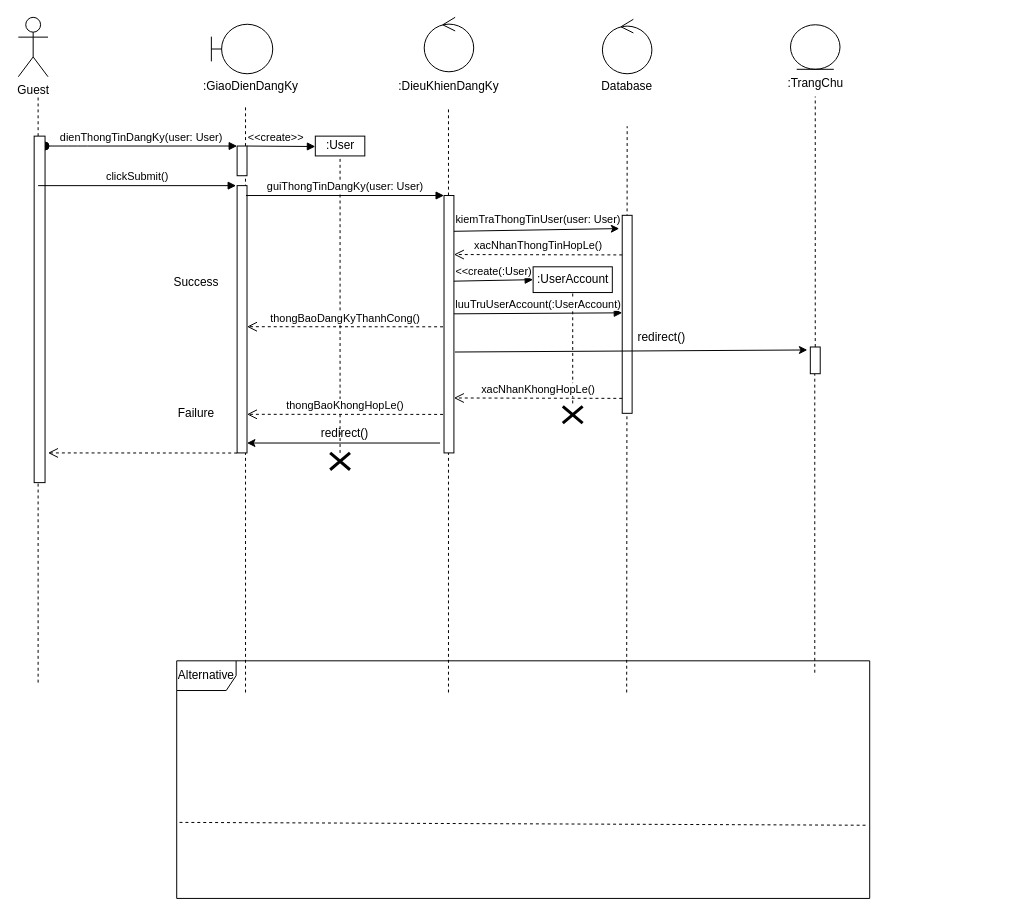
Earlier version of the draw.io diagram signUpSequenceDiagram.drawio (hoangminh15/PTTKHT). Source tidied: cells renumbered, new cells numbered last; positions are measured from the earlier drawing's top-left corner, leaving out a move shared by most shapes. Both pictures are drawn from the tidied source at 99%, with x=0, y=0 at pixel (18, 17).
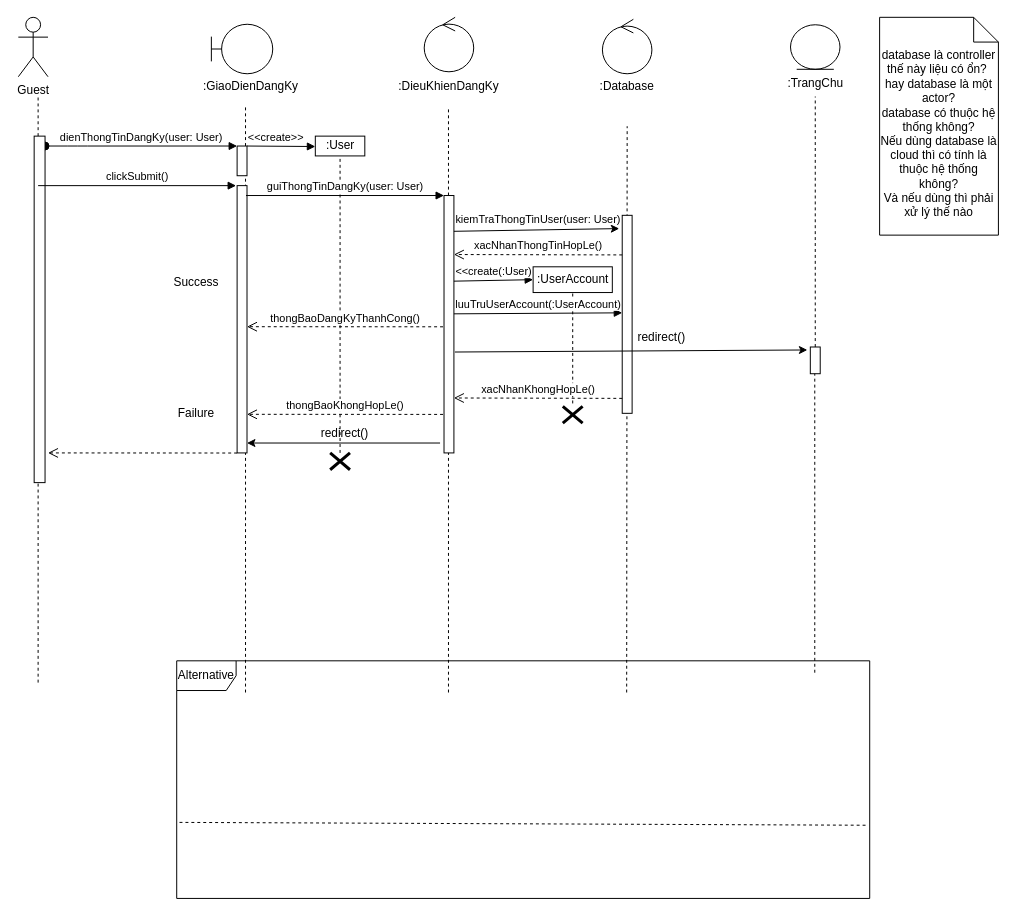
The same page after the edit.

Change to the diagram source:
```diff
@@
-    <mxCell id="13" value="Database" style="text;html=1;strokeColor=none;fillColor=none;align=center;verticalAlign=middle;whiteSpace=wrap;rounded=0;" parent="1" vertex="1">
+    <mxCell id="13" value=":Database" style="text;html=1;strokeColor=none;fillColor=none;align=center;verticalAlign=middle;whiteSpace=wrap;rounded=0;" parent="1" vertex="1">
       <mxGeometry x="595" y="60" width="40" height="20" as="geometry" />
     </mxCell>
@@
+    <mxCell id="52" value="database là controller thế này liệu có ổn?&amp;nbsp;&lt;br&gt;hay database là một actor?&lt;br&gt;database có thuộc hệ thống không?&lt;br&gt;Nếu dùng database là cloud thì có tính là thuộc hệ thống không?&lt;br&gt;Và nếu dùng thì phải xử lý thế nào" style="shape=note2;boundedLbl=1;whiteSpace=wrap;html=1;size=25;verticalAlign=top;align=center;" parent="1" vertex="1">
+      <mxGeometry x="870" width="120" height="220" as="geometry" />
+    </mxCell>
```
